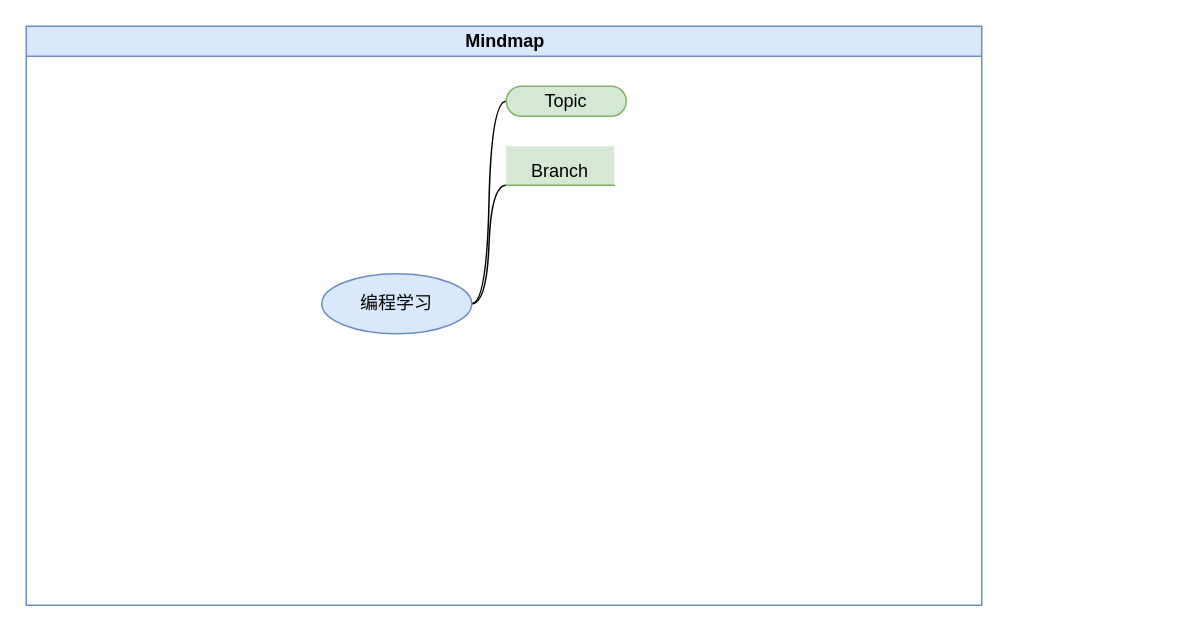
Earlier version of the draw.io diagram 学习.drawio (abserari/draw.io). Source tidied: cells renumbered, new cells numbered last; positions are measured from the earlier drawing's top-left corner, leaving out a move shared by most shapes. Both pictures are drawn from the tidied source at 150%, with x=0, y=0 at pixel (26, 26).
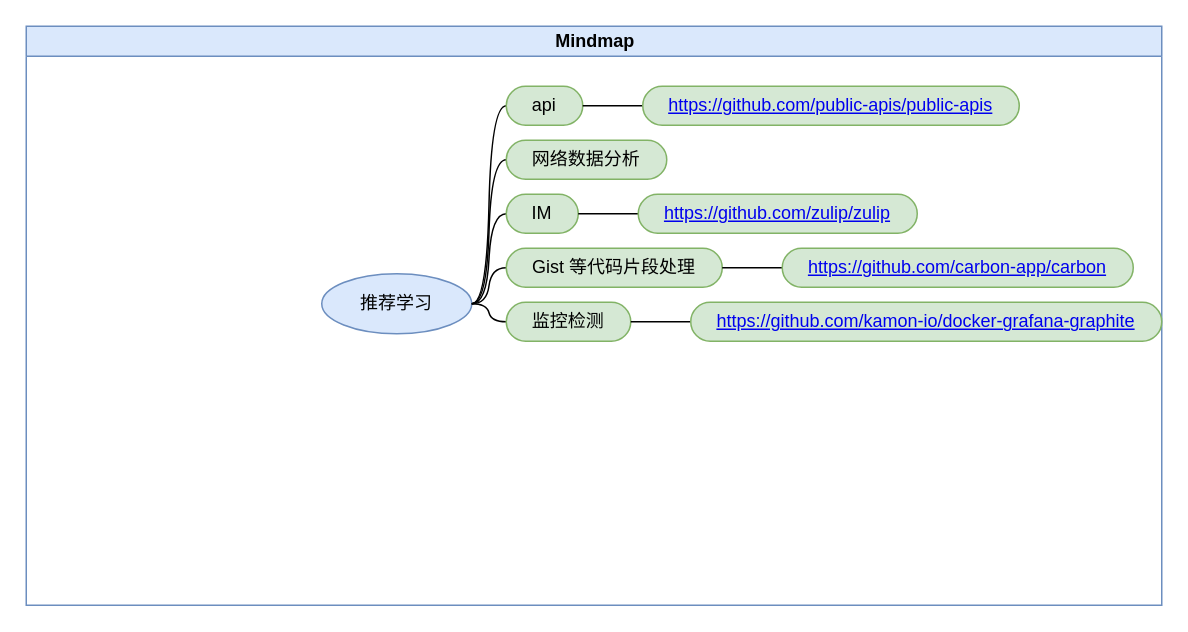
Above is the later version.

Change to the diagram source:
```diff
@@
     <mxCell id="2" value="Mindmap" style="swimlane;html=1;startSize=20;horizontal=1;containerType=tree;fillColor=#dae8fc;strokeColor=#6c8ebf;" parent="1" vertex="1">
-      <mxGeometry width="637" height="386" as="geometry" />
+      <mxGeometry width="757" height="386" as="geometry" />
     </mxCell>
@@
-    <mxCell id="4" style="edgeStyle=entityRelationEdgeStyle;startArrow=none;endArrow=none;segment=10;curved=1;" parent="2" edge="1" source="5" target="7">
-      <mxGeometry relative="1" as="geometry" />
-    </mxCell>
-    <mxCell id="5" value="编程学习" style="ellipse;whiteSpace=wrap;html=1;align=center;fillColor=#dae8fc;strokeColor=#6c8ebf;" parent="2" vertex="1">
+    <mxCell id="5" value="推荐学习" style="ellipse;whiteSpace=wrap;html=1;align=center;fillColor=#dae8fc;strokeColor=#6c8ebf;" parent="2" vertex="1">
       <mxGeometry x="197" y="165" width="100" height="40" as="geometry" />
     </mxCell>
-    <mxCell id="6" value="Topic" style="whiteSpace=wrap;html=1;rounded=1;arcSize=50;align=center;verticalAlign=middle;strokeWidth=1;spacing=4;fillColor=#d5e8d4;strokeColor=#82b366;perimeter=rectanglePerimeter;" parent="2" vertex="1">
-      <mxGeometry x="320" y="40" width="80" height="20" as="geometry" />
+    <mxCell id="6" value="api" style="whiteSpace=wrap;html=1;rounded=1;arcSize=50;align=center;verticalAlign=middle;strokeWidth=1;spacing=4;fillColor=#d5e8d4;strokeColor=#82b366;perimeter=rectanglePerimeter;" parent="2" vertex="1">
+      <mxGeometry x="320" y="40" width="51" height="26" as="geometry" />
     </mxCell>
-    <mxCell id="7" value="Branch" style="whiteSpace=wrap;html=1;shape=partialRectangle;top=0;left=0;bottom=1;right=0;points=[[0,1],[1,1]];strokeColor=#82b366;fillColor=#d5e8d4;align=center;verticalAlign=bottom;routingCenterY=0.5;snapToPoint=1;" parent="2" vertex="1">
-      <mxGeometry x="320" y="80" width="72" height="26" as="geometry" />
-    </mxCell>
+    <mxCell id="8" style="edgeStyle=entityRelationEdgeStyle;startArrow=none;endArrow=none;segment=10;curved=1;" parent="2" edge="1" source="6" target="9">
+      <mxGeometry relative="1" as="geometry" />
+    </mxCell>
+    <mxCell id="9" value="&lt;a href=&quot;https://github.com/public-apis/public-apis&quot;&gt;https://github.com/public-apis/public-apis&lt;/a&gt;" style="whiteSpace=wrap;html=1;rounded=1;arcSize=50;align=center;verticalAlign=middle;strokeWidth=1;spacing=4;fillColor=#d5e8d4;strokeColor=#82b366;perimeter=rectanglePerimeter;" parent="2" vertex="1">
+      <mxGeometry x="411" y="40" width="251" height="26" as="geometry" />
+    </mxCell>
+    <mxCell id="10" style="edgeStyle=entityRelationEdgeStyle;startArrow=none;endArrow=none;segment=10;curved=1;" parent="2" edge="1" source="5" target="11">
+      <mxGeometry relative="1" as="geometry" />
+    </mxCell>
+    <mxCell id="11" value="网络数据分析" style="whiteSpace=wrap;html=1;rounded=1;arcSize=50;align=center;verticalAlign=middle;strokeWidth=1;spacing=4;fillColor=#d5e8d4;strokeColor=#82b366;perimeter=rectanglePerimeter;" parent="2" vertex="1" collapsed="1">
+      <mxGeometry x="320" y="76" width="107" height="26" as="geometry" />
+    </mxCell>
+    <mxCell id="12" style="edgeStyle=entityRelationEdgeStyle;startArrow=none;endArrow=none;segment=10;curved=1;" parent="2" edge="1" source="5" target="13">
+      <mxGeometry relative="1" as="geometry" />
+    </mxCell>
+    <mxCell id="13" value="IM" style="whiteSpace=wrap;html=1;rounded=1;arcSize=50;align=center;verticalAlign=middle;strokeWidth=1;spacing=4;fillColor=#d5e8d4;strokeColor=#82b366;perimeter=rectanglePerimeter;" parent="2" vertex="1">
+      <mxGeometry x="320" y="112" width="48" height="26" as="geometry" />
+    </mxCell>
+    <mxCell id="14" style="edgeStyle=entityRelationEdgeStyle;startArrow=none;endArrow=none;segment=10;curved=1;" parent="2" edge="1" source="13" target="15">
+      <mxGeometry relative="1" as="geometry" />
+    </mxCell>
+    <mxCell id="15" value="&lt;a href=&quot;https://github.com/zulip/zulip&quot;&gt;https://github.com/zulip/zulip&lt;/a&gt;" style="whiteSpace=wrap;html=1;rounded=1;arcSize=50;align=center;verticalAlign=middle;strokeWidth=1;spacing=4;fillColor=#d5e8d4;strokeColor=#82b366;perimeter=rectanglePerimeter;" parent="2" vertex="1">
+      <mxGeometry x="408" y="112" width="186" height="26" as="geometry" />
+    </mxCell>
+    <mxCell id="16" style="edgeStyle=entityRelationEdgeStyle;startArrow=none;endArrow=none;segment=10;curved=1;" parent="2" edge="1" source="5" target="17">
+      <mxGeometry relative="1" as="geometry" />
+    </mxCell>
+    <mxCell id="17" value="Gist 等代码片段处理" style="whiteSpace=wrap;html=1;rounded=1;arcSize=50;align=center;verticalAlign=middle;strokeWidth=1;spacing=4;fillColor=#d5e8d4;strokeColor=#82b366;perimeter=rectanglePerimeter;" parent="2" vertex="1">
+      <mxGeometry x="320" y="148" width="144" height="26" as="geometry" />
+    </mxCell>
+    <mxCell id="18" style="edgeStyle=entityRelationEdgeStyle;startArrow=none;endArrow=none;segment=10;curved=1;" parent="2" edge="1" source="17" target="19">
+      <mxGeometry relative="1" as="geometry" />
+    </mxCell>
+    <mxCell id="19" value="&lt;a href=&quot;https://github.com/carbon-app/carbon&quot;&gt;https://github.com/carbon-app/carbon&lt;/a&gt;" style="whiteSpace=wrap;html=1;rounded=1;arcSize=50;align=center;verticalAlign=middle;strokeWidth=1;spacing=4;fillColor=#d5e8d4;strokeColor=#82b366;perimeter=rectanglePerimeter;" parent="2" vertex="1">
+      <mxGeometry x="504" y="148" width="234" height="26" as="geometry" />
+    </mxCell>
+    <mxCell id="20" style="edgeStyle=entityRelationEdgeStyle;startArrow=none;endArrow=none;segment=10;curved=1;" parent="2" edge="1" source="5" target="21">
+      <mxGeometry relative="1" as="geometry" />
+    </mxCell>
+    <mxCell id="21" value="监控检测" style="whiteSpace=wrap;html=1;rounded=1;arcSize=50;align=center;verticalAlign=middle;strokeWidth=1;spacing=4;fillColor=#d5e8d4;strokeColor=#82b366;perimeter=rectanglePerimeter;" parent="2" vertex="1">
+      <mxGeometry x="320" y="184" width="83" height="26" as="geometry" />
+    </mxCell>
+    <mxCell id="22" style="edgeStyle=entityRelationEdgeStyle;startArrow=none;endArrow=none;segment=10;curved=1;" parent="2" edge="1" source="21" target="23">
+      <mxGeometry relative="1" as="geometry" />
+    </mxCell>
+    <mxCell id="23" value="&lt;a href=&quot;https://github.com/kamon-io/docker-grafana-graphite&quot;&gt;https://github.com/kamon-io/docker-grafana-graphite&lt;/a&gt;" style="whiteSpace=wrap;html=1;rounded=1;arcSize=50;align=center;verticalAlign=middle;strokeWidth=1;spacing=4;fillColor=#d5e8d4;strokeColor=#82b366;perimeter=rectanglePerimeter;" parent="2" vertex="1">
+      <mxGeometry x="443" y="184" width="314" height="26" as="geometry" />
+    </mxCell>
```
